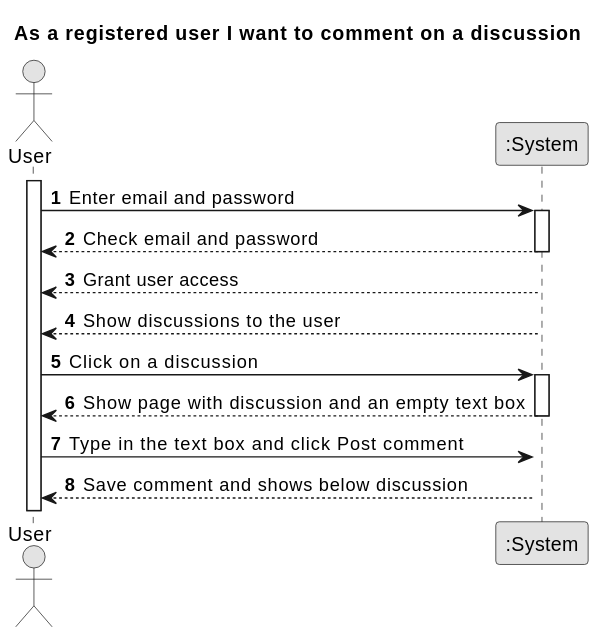
Above: docs/sprint01/us005/01.requirements-engineering/svg/us005-system-sequence-diagram-alternative-one.svg in TiagoMagalhaes1232507/Testando-projeto (PlantUML), before the change. Its diagram source:
```plantuml
@startuml
skinparam monochrome true
skinparam packageStyle rectangle
skinparam shadowing false

title As a registered user I want to comment on a discussion

autonumber

actor "User" as Employee
participant ":System" as System

activate Employee

    Employee -> System : Enter email and password
    activate System

        System --> Employee : Check email and password
    deactivate System

        System --> Employee : Grant user access
    deactivate System

     System --> Employee : Show discussions to the user
    deactivate System

    Employee -> System : Click on a discussion
    activate System

        System --> Employee : Show page with discussion and an empty text box
    deactivate System

    Employee -> System : Type in the text box and click Post comment
    activate System

        System --> Employee : Save comment and shows below discussion
@enduml
```
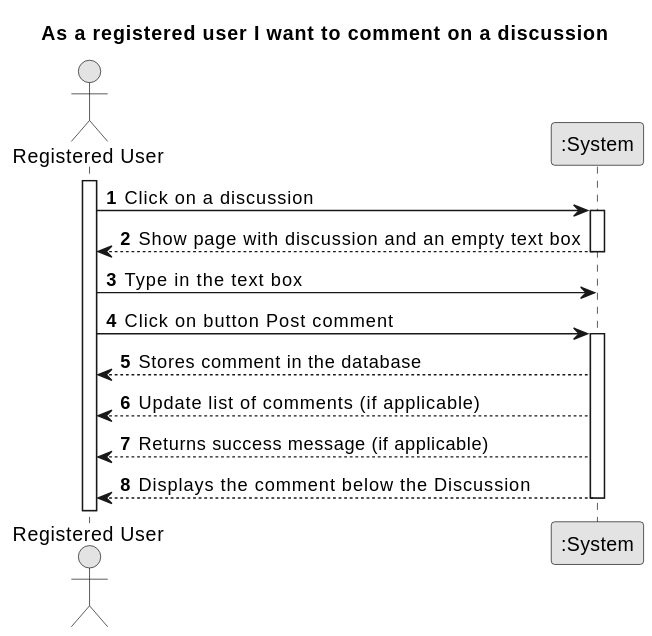
After the commit.

Diff of the diagram source:
```diff
@@ -7,31 +7,24 @@
 
 autonumber
 
-actor "User" as Employee
+actor " Registered User" as User
 participant ":System" as System
 
-activate Employee
+activate User
 
-    Employee -> System : Enter email and password
+    User -> System : Click on a discussion
     activate System
 
-        System --> Employee : Check email and password
+        System --> User : Show page with discussion and an empty text box
     deactivate System
 
-        System --> Employee : Grant user access
-    deactivate System
-
-     System --> Employee : Show discussions to the user
-    deactivate System
-
-    Employee -> System : Click on a discussion
+    User -> System : Type in the text box
+    User -> System : Click on button Post comment
     activate System
 
-        System --> Employee : Show page with discussion and an empty text box
+        System --> User: Stores comment in the database
+        System --> User: Update list of comments (if applicable)
+        System --> User: Returns success message (if applicable)
+        System --> User: Displays the comment below the Discussion
     deactivate System
-
-    Employee -> System : Type in the text box and click Post comment
-    activate System
-
-        System --> Employee : Save comment and shows below discussion
 @enduml
```
